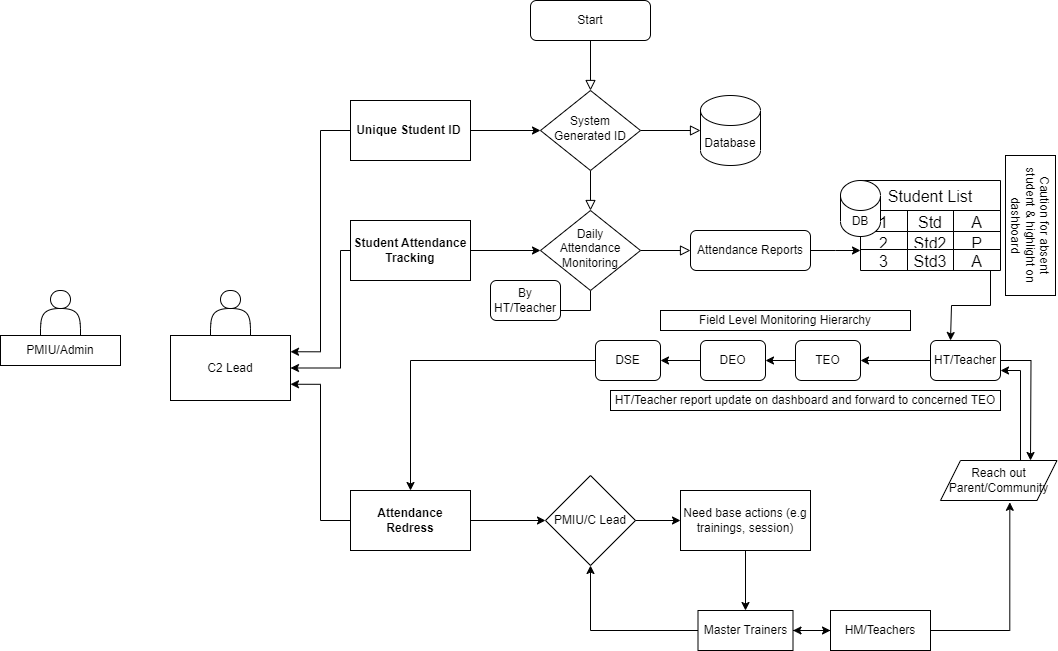
Above: abc.drawio.png in imran-solangin/php-learning (draw.io), before the change. Source tidied: cells renumbered, new cells last; positions are measured from the earlier drawing's top-left corner, leaving out a move shared by most shapes.
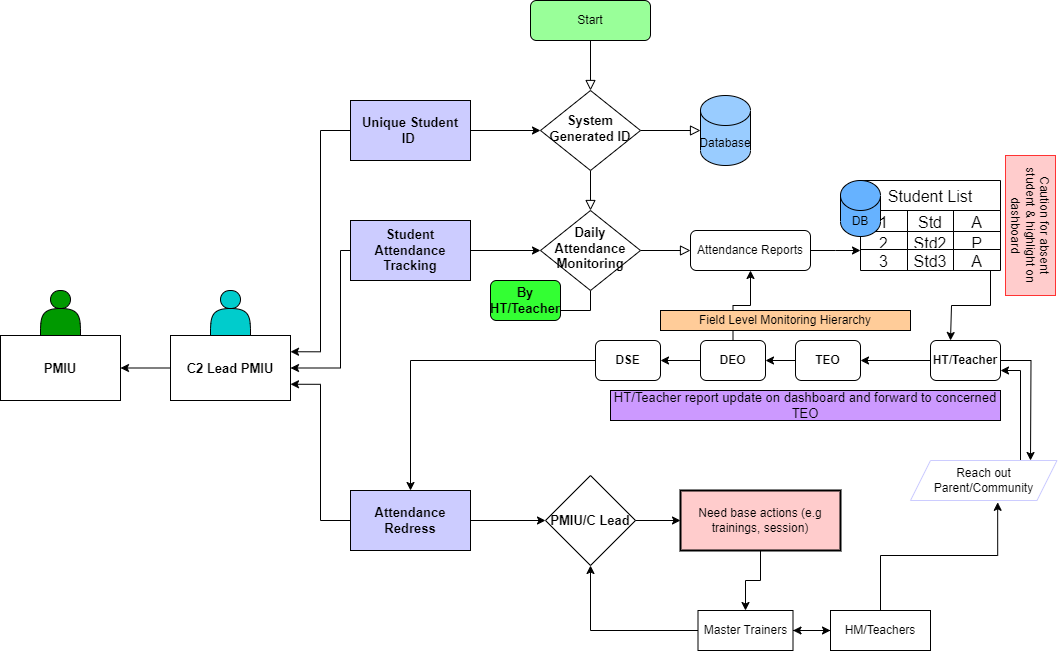
The same file after the commit.

The edit, as a diff of the source:
```diff
@@ -5,7 +5,7 @@
     <mxCell id="2" style="rounded=0;html=1;jettySize=auto;fontSize=11;endArrow=block;endFill=0;endSize=8;strokeWidth=1;shadow=0;labelBackgroundColor=none;edgeStyle=orthogonalEdgeStyle;" parent="1" edge="1" source="3" target="6">
       <mxGeometry relative="1" as="geometry" />
     </mxCell>
-    <mxCell id="3" value="Start" style="rounded=1;whiteSpace=wrap;html=1;fontSize=12;glass=0;strokeWidth=1;shadow=0;" parent="1" vertex="1">
+    <mxCell id="3" value="Start" style="rounded=1;whiteSpace=wrap;html=1;fontSize=12;glass=0;strokeWidth=1;shadow=0;fillColor=#99FF99;" parent="1" vertex="1">
       <mxGeometry x="530" width="120" height="40" as="geometry" />
     </mxCell>
     <mxCell id="4" value="Yes" style="rounded=0;jettySize=auto;endArrow=block;endFill=0;endSize=8;strokeWidth=1;shadow=0;edgeStyle=orthogonalEdgeStyle;labelBackgroundColor=none;fontColor=none;noLabel=1;" parent="1" edge="1" source="6" target="9">
@@ -14,7 +14,7 @@
     <mxCell id="5" value="No" style="edgeStyle=orthogonalEdgeStyle;rounded=0;jettySize=auto;fontSize=11;endArrow=block;endFill=0;endSize=8;strokeWidth=1;shadow=0;labelBackgroundColor=none;fontColor=none;noLabel=1;" parent="1" edge="1" source="6" target="18">
       <mxGeometry y="10" relative="1" as="geometry" />
     </mxCell>
-    <mxCell id="6" value="System Generated ID" style="rhombus;whiteSpace=wrap;html=1;shadow=0;fontFamily=Helvetica;fontSize=12;align=center;strokeWidth=1;spacing=6;spacingTop=-4;" parent="1" vertex="1">
+    <mxCell id="6" value="System Generated ID" style="rhombus;whiteSpace=wrap;html=1;shadow=0;fontFamily=Helvetica;fontSize=13;align=center;strokeWidth=1;spacing=6;spacingTop=-4;fontStyle=1;" parent="1" vertex="1">
       <mxGeometry x="540" y="90" width="100" height="80" as="geometry" />
     </mxCell>
     <mxCell id="7" value="Yes" style="edgeStyle=orthogonalEdgeStyle;rounded=0;jettySize=auto;fontSize=11;endArrow=block;endFill=0;endSize=8;strokeWidth=1;shadow=0;labelBackgroundColor=none;fontColor=none;noLabel=1;" parent="1" edge="1" source="9" target="11">
@@ -23,7 +23,7 @@
     <mxCell id="8" style="edgeStyle=orthogonalEdgeStyle;rounded=0;jettySize=auto;html=1;" parent="1" edge="1" source="9" target="52">
       <mxGeometry relative="1" as="geometry" />
     </mxCell>
-    <mxCell id="9" value="Daily Attendance Monitoring" style="rhombus;whiteSpace=wrap;html=1;shadow=0;fontFamily=Helvetica;fontSize=12;align=center;strokeWidth=1;spacing=6;spacingTop=-4;" parent="1" vertex="1">
+    <mxCell id="9" value="Daily Attendance Monitoring" style="rhombus;whiteSpace=wrap;html=1;shadow=0;fontFamily=Helvetica;fontSize=13;align=center;strokeWidth=1;spacing=6;spacingTop=-4;fontStyle=1;" parent="1" vertex="1">
       <mxGeometry x="540" y="210" width="100" height="80" as="geometry" />
     </mxCell>
     <mxCell id="10" style="edgeStyle=orthogonalEdgeStyle;rounded=0;jettySize=auto;html=1;" parent="1" edge="1" source="11">
@@ -40,7 +40,7 @@
     <mxCell id="13" style="edgeStyle=orthogonalEdgeStyle;rounded=0;jettySize=auto;html=1;entryX=1;entryY=0.25;entryDx=0;entryDy=0;" parent="1" edge="1" source="14" target="65">
       <mxGeometry relative="1" as="geometry" />
     </mxCell>
-    <mxCell id="14" value="&lt;b&gt;Unique Student ID&amp;nbsp;&lt;/b&gt;" style="rounded=0;whiteSpace=wrap;html=1;" parent="1" vertex="1">
+    <mxCell id="14" value="&lt;b style=&quot;font-size: 13px;&quot;&gt;Unique Student &lt;br&gt;ID&amp;nbsp;&lt;/b&gt;" style="rounded=0;whiteSpace=wrap;html=1;fillColor=#CCCCFF;strokeColor=default;fontSize=13;labelBorderColor=none;" parent="1" vertex="1">
       <mxGeometry x="350" y="100" width="120" height="60" as="geometry" />
     </mxCell>
     <mxCell id="15" style="edgeStyle=orthogonalEdgeStyle;rounded=0;jettySize=auto;html=1;" parent="1" edge="1" source="17" target="9">
@@ -54,11 +54,11 @@
         </Array>
       </mxGeometry>
     </mxCell>
-    <mxCell id="17" value="&lt;b&gt;Student Attendance&lt;br/&gt;Tracking&lt;/b&gt;" style="rounded=0;whiteSpace=wrap;html=1;" parent="1" vertex="1">
+    <mxCell id="17" value="&lt;b style=&quot;font-size: 13px;&quot;&gt;Student Attendance&lt;br style=&quot;font-size: 13px;&quot;&gt;Tracking&lt;/b&gt;" style="rounded=0;whiteSpace=wrap;html=1;fillColor=#CCCCFF;fontSize=13;" parent="1" vertex="1">
       <mxGeometry x="350" y="220" width="120" height="60" as="geometry" />
     </mxCell>
-    <mxCell id="18" value="Database" style="shape=cylinder3;whiteSpace=wrap;html=1;boundedLbl=1;backgroundOutline=1;size=15;" parent="1" vertex="1">
-      <mxGeometry x="700" y="95" width="60" height="70" as="geometry" />
+    <mxCell id="18" value="Database" style="shape=cylinder3;whiteSpace=wrap;html=1;boundedLbl=1;backgroundOutline=1;size=15;fillColor=#99CCFF;" parent="1" vertex="1">
+      <mxGeometry x="700" y="95" width="50" height="70" as="geometry" />
     </mxCell>
     <mxCell id="19" style="edgeStyle=orthogonalEdgeStyle;rounded=0;jettySize=auto;html=1;" parent="1" edge="1" source="21" target="54">
       <mxGeometry relative="1" as="geometry" />
@@ -66,7 +66,7 @@
     <mxCell id="20" style="edgeStyle=orthogonalEdgeStyle;rounded=0;jettySize=auto;html=1;entryX=1;entryY=0.75;entryDx=0;entryDy=0;" parent="1" edge="1" source="21" target="65">
       <mxGeometry relative="1" as="geometry" />
     </mxCell>
-    <mxCell id="21" value="&lt;b&gt;Attendance &lt;br&gt;Redress&lt;/b&gt;" style="rounded=0;whiteSpace=wrap;html=1;" parent="1" vertex="1">
+    <mxCell id="21" value="&lt;b style=&quot;font-size: 13px;&quot;&gt;Attendance &lt;br style=&quot;font-size: 13px;&quot;&gt;Redress&lt;/b&gt;" style="rounded=0;whiteSpace=wrap;html=1;fillColor=#CCCCFF;fontSize=13;" parent="1" vertex="1">
       <mxGeometry x="350" y="490" width="120" height="60" as="geometry" />
     </mxCell>
     <mxCell id="22" value="Student List" style="shape=table;startSize=30;strokeColor=default;fontSize=16;" parent="1" vertex="1">
@@ -128,28 +128,31 @@
         <mxPoint x="1030" y="460" as="targetPoint" />
       </mxGeometry>
     </mxCell>
-    <mxCell id="39" value="HT/Teacher" style="rounded=1;whiteSpace=wrap;html=1;" parent="1" vertex="1">
+    <mxCell id="39" value="HT/Teacher" style="rounded=1;whiteSpace=wrap;html=1;fontStyle=1;" parent="1" vertex="1">
       <mxGeometry x="930" y="340" width="70" height="40" as="geometry" />
     </mxCell>
     <mxCell id="40" style="edgeStyle=orthogonalEdgeStyle;rounded=0;jettySize=auto;html=1;" parent="1" edge="1" source="41" target="43">
       <mxGeometry relative="1" as="geometry" />
     </mxCell>
-    <mxCell id="41" value="TEO" style="whiteSpace=wrap;html=1;rounded=1;" parent="1" vertex="1">
+    <mxCell id="41" value="TEO" style="whiteSpace=wrap;html=1;rounded=1;fontStyle=1;" parent="1" vertex="1">
       <mxGeometry x="795" y="340" width="65" height="40" as="geometry" />
     </mxCell>
     <mxCell id="42" style="edgeStyle=orthogonalEdgeStyle;rounded=0;jettySize=auto;html=1;" parent="1" edge="1" source="43" target="45">
       <mxGeometry relative="1" as="geometry" />
     </mxCell>
+    <mxCell id="67" style="edgeStyle=orthogonalEdgeStyle;rounded=0;jettySize=auto;html=1;" parent="1" edge="1" source="43" target="11">
+      <mxGeometry relative="1" as="geometry" />
+    </mxCell>
-    <mxCell id="43" value="DEO" style="whiteSpace=wrap;html=1;rounded=1;" parent="1" vertex="1">
+    <mxCell id="43" value="DEO" style="whiteSpace=wrap;html=1;rounded=1;fontStyle=1;" parent="1" vertex="1">
       <mxGeometry x="700" y="340" width="65" height="40" as="geometry" />
     </mxCell>
     <mxCell id="44" style="edgeStyle=orthogonalEdgeStyle;rounded=0;jettySize=auto;html=1;" parent="1" edge="1" source="45" target="21">
       <mxGeometry relative="1" as="geometry" />
     </mxCell>
-    <mxCell id="45" value="DSE" style="whiteSpace=wrap;html=1;rounded=1;" parent="1" vertex="1">
+    <mxCell id="45" value="DSE" style="whiteSpace=wrap;html=1;rounded=1;fontStyle=1;" parent="1" vertex="1">
       <mxGeometry x="595" y="340" width="65" height="40" as="geometry" />
     </mxCell>
-    <mxCell id="46" value="Field Level Monitoring Hierarchy" style="rounded=0;whiteSpace=wrap;html=1;" parent="1" vertex="1">
+    <mxCell id="46" value="Field Level Monitoring Hierarchy" style="rounded=0;whiteSpace=wrap;html=1;fillColor=#FFCC99;" parent="1" vertex="1">
       <mxGeometry x="660" y="310" width="250" height="20" as="geometry" />
     </mxCell>
     <mxCell id="47" style="edgeStyle=orthogonalEdgeStyle;rounded=0;jettySize=auto;html=1;entryX=1;entryY=0.75;entryDx=0;entryDy=0;" parent="1" edge="1" source="48" target="39">
@@ -159,32 +162,32 @@
         </Array>
       </mxGeometry>
     </mxCell>
-    <mxCell id="48" value="Reach out Parent/Community" style="shape=parallelogram;perimeter=parallelogramPerimeter;whiteSpace=wrap;html=1;fixedSize=1;" parent="1" vertex="1">
-      <mxGeometry x="940" y="460" width="116.5" height="40" as="geometry" />
+    <mxCell id="48" value="Reach out Parent/Community" style="shape=parallelogram;perimeter=parallelogramPerimeter;whiteSpace=wrap;html=1;fixedSize=1;strokeColor=#CCCCFF;" parent="1" vertex="1">
+      <mxGeometry x="910" y="460" width="146.5" height="40" as="geometry" />
     </mxCell>
-    <mxCell id="49" value="HT/Teacher report update on dashboard and forward to concerned TEO" style="rounded=0;whiteSpace=wrap;html=1;" parent="1" vertex="1">
-      <mxGeometry x="610" y="390" width="390" height="20" as="geometry" />
+    <mxCell id="49" value="HT/Teacher report update on dashboard and forward to concerned TEO" style="rounded=0;whiteSpace=wrap;html=1;fillColor=#CC99FF;fontSize=13;" parent="1" vertex="1">
+      <mxGeometry x="610" y="390" width="390" height="30" as="geometry" />
     </mxCell>
-    <mxCell id="50" value="Caution for absent student &amp;amp; highlight on dashboard" style="rounded=0;whiteSpace=wrap;html=1;rotation=90;" parent="1" vertex="1">
+    <mxCell id="50" value="Caution for absent student &amp;amp; highlight on dashboard" style="rounded=0;whiteSpace=wrap;html=1;rotation=90;strokeColor=#FF3333;fillColor=#FFCCCC;" parent="1" vertex="1">
       <mxGeometry x="960" y="200" width="140" height="50" as="geometry" />
     </mxCell>
-    <mxCell id="51" value="DB" style="shape=cylinder3;whiteSpace=wrap;html=1;boundedLbl=1;backgroundOutline=1;size=15;" parent="1" vertex="1">
+    <mxCell id="51" value="DB" style="shape=cylinder3;whiteSpace=wrap;html=1;boundedLbl=1;backgroundOutline=1;size=15;fillColor=#66B2FF;" parent="1" vertex="1">
       <mxGeometry x="840" y="180" width="40" height="56" as="geometry" />
     </mxCell>
-    <mxCell id="52" value="By HT/Teacher" style="rounded=1;whiteSpace=wrap;html=1;" parent="1" vertex="1">
+    <mxCell id="52" value="By HT/Teacher" style="rounded=1;whiteSpace=wrap;html=1;fontStyle=1;fontSize=13;fillColor=#33FF33;" parent="1" vertex="1">
       <mxGeometry x="490" y="280" width="70" height="40" as="geometry" />
     </mxCell>
     <mxCell id="53" style="edgeStyle=orthogonalEdgeStyle;rounded=0;jettySize=auto;html=1;" parent="1" edge="1" source="54" target="56">
       <mxGeometry relative="1" as="geometry" />
     </mxCell>
-    <mxCell id="54" value="PMIU/C Lead" style="rhombus;whiteSpace=wrap;html=1;rounded=0;" parent="1" vertex="1">
+    <mxCell id="54" value="PMIU/C Lead" style="rhombus;whiteSpace=wrap;html=1;rounded=0;fontStyle=1;fontSize=13;" parent="1" vertex="1">
       <mxGeometry x="545" y="475" width="90" height="90" as="geometry" />
     </mxCell>
     <mxCell id="55" style="edgeStyle=orthogonalEdgeStyle;rounded=0;jettySize=auto;html=1;" parent="1" edge="1" source="56" target="59">
       <mxGeometry relative="1" as="geometry" />
     </mxCell>
-    <mxCell id="56" value="Need base actions (e.g trainings, session)" style="whiteSpace=wrap;html=1;rounded=0;" parent="1" vertex="1">
-      <mxGeometry x="680" y="490" width="130" height="60" as="geometry" />
+    <mxCell id="56" value="Need base actions (e.g trainings, session)" style="whiteSpace=wrap;html=1;rounded=0;strokeWidth=2;fillColor=#FFCCCC;" parent="1" vertex="1">
+      <mxGeometry x="680" y="490" width="160" height="60" as="geometry" />
     </mxCell>
     <mxCell id="57" style="edgeStyle=orthogonalEdgeStyle;rounded=0;jettySize=auto;html=1;" parent="1" edge="1" source="59" target="62">
       <mxGeometry relative="1" as="geometry" />
@@ -204,16 +207,19 @@
     <mxCell id="62" value="HM/Teachers" style="whiteSpace=wrap;html=1;rounded=0;" parent="1" vertex="1">
       <mxGeometry x="830" y="610" width="100" height="40" as="geometry" />
     </mxCell>
-    <mxCell id="63" style="shape=actor;whiteSpace=wrap;html=1;" parent="1" vertex="1">
+    <mxCell id="63" style="shape=actor;whiteSpace=wrap;html=1;fillColor=#009900;" parent="1" vertex="1">
       <mxGeometry x="40" y="290" width="40" height="45" as="geometry" />
     </mxCell>
-    <mxCell id="64" value="PMIU/Admin" style="rounded=0;whiteSpace=wrap;html=1;" parent="1" vertex="1">
-      <mxGeometry y="335" width="120" height="30" as="geometry" />
+    <mxCell id="64" value="PMIU" style="rounded=0;whiteSpace=wrap;html=1;fontStyle=1;fontSize=13;" parent="1" vertex="1">
+      <mxGeometry y="335" width="120" height="65" as="geometry" />
     </mxCell>
+    <mxCell id="68" style="edgeStyle=orthogonalEdgeStyle;rounded=0;jettySize=auto;html=1;" parent="1" edge="1" source="65" target="64">
+      <mxGeometry relative="1" as="geometry" />
+    </mxCell>
-    <mxCell id="65" value="C2 Lead" style="rounded=0;whiteSpace=wrap;html=1;" parent="1" vertex="1">
+    <mxCell id="65" value="C2 Lead PMIU" style="rounded=0;whiteSpace=wrap;html=1;fontStyle=1;fontSize=13;" parent="1" vertex="1">
       <mxGeometry x="170" y="335" width="120" height="65" as="geometry" />
     </mxCell>
-    <mxCell id="66" style="shape=actor;whiteSpace=wrap;html=1;" parent="1" vertex="1">
+    <mxCell id="66" style="shape=actor;whiteSpace=wrap;html=1;fillColor=#00CCCC;" parent="1" vertex="1">
       <mxGeometry x="210" y="290" width="40" height="45" as="geometry" />
     </mxCell>
   </root>
```
